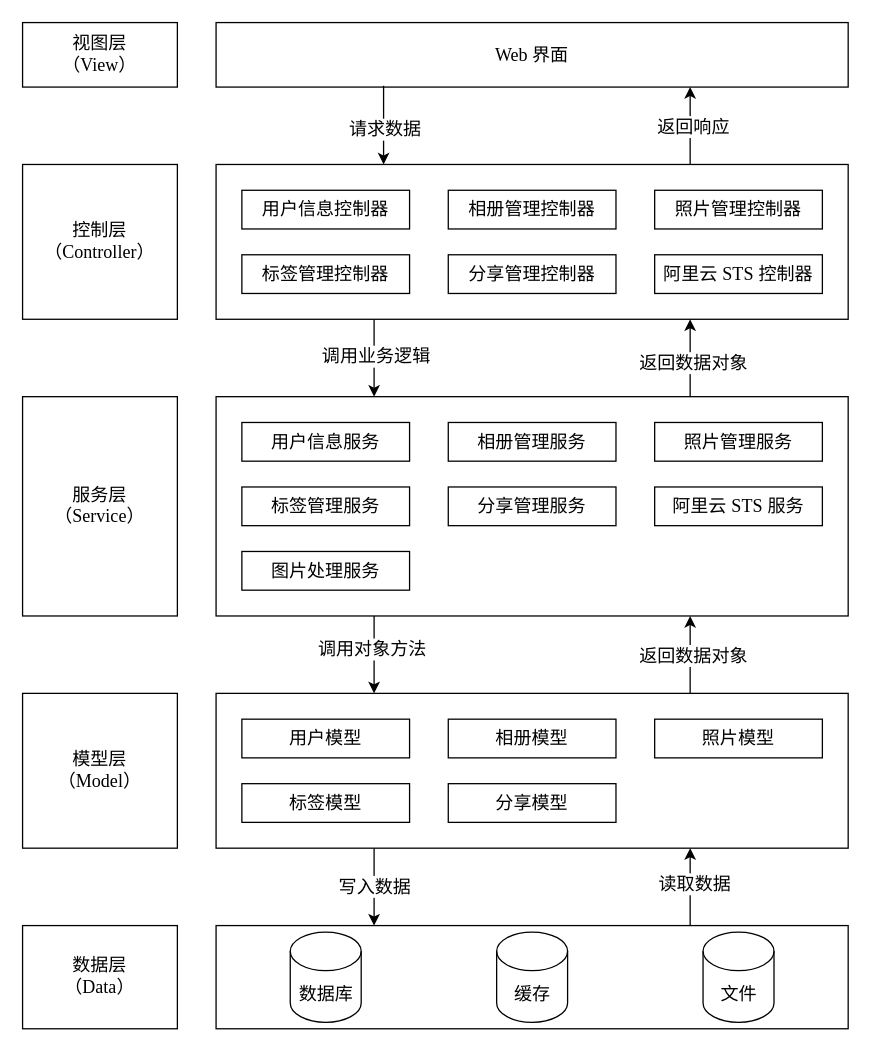
3fuyang/3fuyang.github.io keeps this draw.io diagram as public/Untitled Diagram.drawio. Above is the earlier version. Source tidied: cells renumbered, new cells numbered last; positions are measured from the earlier drawing's top-left corner, leaving out a move shared by most shapes. Both pictures are drawn from the tidied source at 129%, with x=0, y=0 at pixel (22, 22).
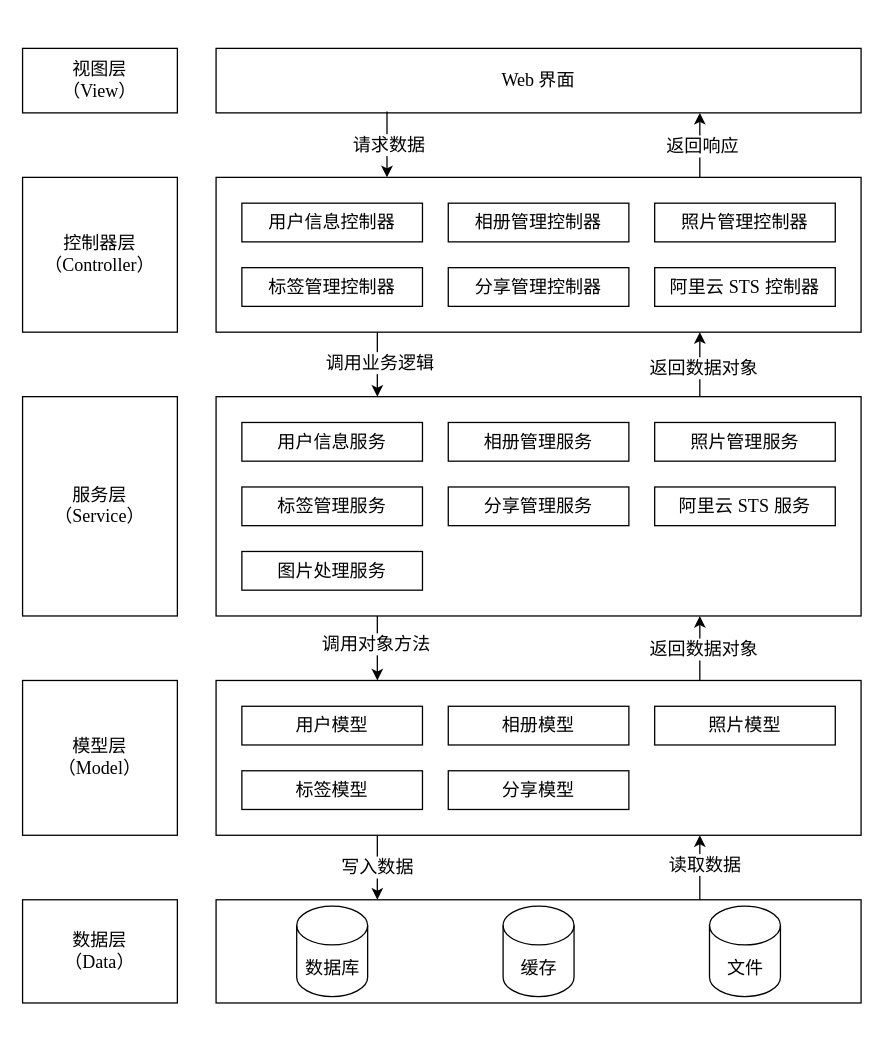
The same diagram, later.

Commit message:
docs: update business arch

What changed in the source:
```diff
@@
     <mxCell id="2" value="&lt;font style=&quot;font-size: 14px;&quot; face=&quot;宋体&quot;&gt;视图层&lt;br&gt;（&lt;/font&gt;&lt;font face=&quot;Times New Roman&quot; style=&quot;font-size: 14px;&quot;&gt;View&lt;/font&gt;&lt;font style=&quot;font-size: 14px;&quot; face=&quot;宋体&quot;&gt;）&lt;/font&gt;" style="rounded=0;whiteSpace=wrap;html=1;" parent="1" vertex="1">
-      <mxGeometry width="120" height="50" as="geometry" />
+      <mxGeometry y="20" width="120" height="50" as="geometry" />
     </mxCell>
     <mxCell id="3" value="&lt;font style=&quot;font-size: 14px;&quot; face=&quot;Times New Roman&quot;&gt;Web&lt;/font&gt; &lt;font face=&quot;宋体&quot; style=&quot;font-size: 14px;&quot;&gt;界面&lt;/font&gt;" style="rounded=0;whiteSpace=wrap;html=1;" parent="1" vertex="1">
-      <mxGeometry x="150" width="490" height="50" as="geometry" />
+      <mxGeometry x="150" y="20" width="500" height="50" as="geometry" />
     </mxCell>
-    <mxCell id="4" value="&lt;font style=&quot;font-size: 14px;&quot; face=&quot;宋体&quot;&gt;控制层（&lt;/font&gt;&lt;font face=&quot;Times New Roman&quot; style=&quot;font-size: 14px;&quot;&gt;Controller&lt;/font&gt;&lt;font style=&quot;font-size: 14px;&quot; face=&quot;宋体&quot;&gt;）&lt;/font&gt;" style="rounded=0;whiteSpace=wrap;html=1;" parent="1" vertex="1">
-      <mxGeometry y="110" width="120" height="120" as="geometry" />
+    <mxCell id="4" value="&lt;font style=&quot;font-size: 14px;&quot; face=&quot;宋体&quot;&gt;控制器层（&lt;/font&gt;&lt;font face=&quot;Times New Roman&quot; style=&quot;font-size: 14px;&quot;&gt;Controller&lt;/font&gt;&lt;font style=&quot;font-size: 14px;&quot; face=&quot;宋体&quot;&gt;）&lt;/font&gt;" style="rounded=0;whiteSpace=wrap;html=1;" parent="1" vertex="1">
+      <mxGeometry y="120" width="120" height="120" as="geometry" />
     </mxCell>
@@
     <mxCell id="7" style="rounded=0;whiteSpace=wrap;html=1;" parent="1" vertex="1">
-      <mxGeometry x="150" y="110" width="490" height="120" as="geometry" />
+      <mxGeometry x="150" y="120" width="500" height="120" as="geometry" />
     </mxCell>
     <mxCell id="8" value="&lt;span style=&quot;font-size: 14px;&quot;&gt;&lt;font face=&quot;宋体&quot;&gt;数据层&lt;br&gt;（&lt;/font&gt;&lt;font face=&quot;Times New Roman&quot;&gt;Data&lt;/font&gt;&lt;font face=&quot;宋体&quot;&gt;）&lt;/font&gt;&lt;/span&gt;" style="rounded=0;whiteSpace=wrap;html=1;" parent="1" vertex="1">
-      <mxGeometry y="700" width="120" height="80" as="geometry" />
+      <mxGeometry y="680" width="120" height="80" as="geometry" />
     </mxCell>
@@
     <mxCell id="11" style="rounded=0;whiteSpace=wrap;html=1;" parent="1" vertex="1">
-      <mxGeometry x="150" y="700" width="490" height="80" as="geometry" />
+      <mxGeometry x="150" y="680" width="500" height="80" as="geometry" />
     </mxCell>
     <mxCell id="12" value="&lt;span style=&quot;font-size: 14px;&quot;&gt;&lt;font face=&quot;宋体&quot;&gt;数据库&lt;/font&gt;&lt;/span&gt;" style="shape=cylinder3;whiteSpace=wrap;html=1;boundedLbl=1;backgroundOutline=1;size=15;" parent="1" vertex="1">
-      <mxGeometry x="207.5" y="705" width="55" height="70" as="geometry" />
+      <mxGeometry x="212.5" y="685" width="55" height="70" as="geometry" />
     </mxCell>
     <mxCell id="13" value="&lt;font style=&quot;font-size: 14px;&quot; face=&quot;宋体&quot;&gt;用户信息控制器&lt;/font&gt;" style="rounded=0;whiteSpace=wrap;html=1;" parent="1" vertex="1">
-      <mxGeometry x="170" y="130" width="130" height="30" as="geometry" />
+      <mxGeometry x="170" y="140" width="140" height="30" as="geometry" />
     </mxCell>
     <mxCell id="14" value="&lt;font style=&quot;font-size: 14px;&quot; face=&quot;宋体&quot;&gt;相册管理控制器&lt;/font&gt;" style="rounded=0;whiteSpace=wrap;html=1;" parent="1" vertex="1">
-      <mxGeometry x="330" y="130" width="130" height="30" as="geometry" />
+      <mxGeometry x="330" y="140" width="140" height="30" as="geometry" />
     </mxCell>
     <mxCell id="15" value="&lt;font style=&quot;font-size: 14px;&quot; face=&quot;宋体&quot;&gt;照片管理控制器&lt;/font&gt;" style="rounded=0;whiteSpace=wrap;html=1;" parent="1" vertex="1">
-      <mxGeometry x="490" y="130" width="130" height="30" as="geometry" />
+      <mxGeometry x="490" y="140" width="140" height="30" as="geometry" />
     </mxCell>
     <mxCell id="16" value="&lt;font style=&quot;font-size: 14px;&quot; face=&quot;宋体&quot;&gt;标签管理控制器&lt;/font&gt;" style="rounded=0;whiteSpace=wrap;html=1;" parent="1" vertex="1">
-      <mxGeometry x="170" y="180" width="130" height="30" as="geometry" />
+      <mxGeometry x="170" y="190" width="140" height="30" as="geometry" />
     </mxCell>
     <mxCell id="17" value="&lt;font style=&quot;font-size: 14px;&quot; face=&quot;宋体&quot;&gt;分享管理控制器&lt;/font&gt;" style="rounded=0;whiteSpace=wrap;html=1;" parent="1" vertex="1">
-      <mxGeometry x="330" y="180" width="130" height="30" as="geometry" />
+      <mxGeometry x="330" y="190" width="140" height="30" as="geometry" />
     </mxCell>
@@
     <mxCell id="23" style="rounded=0;whiteSpace=wrap;html=1;" parent="1" vertex="1">
-      <mxGeometry x="150" y="290" width="490" height="170" as="geometry" />
+      <mxGeometry x="150" y="290" width="500" height="170" as="geometry" />
     </mxCell>
     <mxCell id="24" value="&lt;font style=&quot;font-size: 14px;&quot; face=&quot;宋体&quot;&gt;用户信息服务&lt;/font&gt;" style="rounded=0;whiteSpace=wrap;html=1;" parent="1" vertex="1">
-      <mxGeometry x="170" y="310" width="130" height="30" as="geometry" />
+      <mxGeometry x="170" y="310" width="140" height="30" as="geometry" />
     </mxCell>
     <mxCell id="25" value="&lt;font style=&quot;font-size: 14px;&quot; face=&quot;宋体&quot;&gt;相册管理服务&lt;/font&gt;" style="rounded=0;whiteSpace=wrap;html=1;" parent="1" vertex="1">
-      <mxGeometry x="330" y="310" width="130" height="30" as="geometry" />
+      <mxGeometry x="330" y="310" width="140" height="30" as="geometry" />
     </mxCell>
     <mxCell id="26" value="&lt;font style=&quot;font-size: 14px;&quot; face=&quot;宋体&quot;&gt;照片管理服务&lt;/font&gt;" style="rounded=0;whiteSpace=wrap;html=1;" parent="1" vertex="1">
-      <mxGeometry x="490" y="310" width="130" height="30" as="geometry" />
+      <mxGeometry x="490" y="310" width="140" height="30" as="geometry" />
     </mxCell>
     <mxCell id="27" value="&lt;font style=&quot;font-size: 14px;&quot; face=&quot;宋体&quot;&gt;标签管理服务&lt;/font&gt;" style="rounded=0;whiteSpace=wrap;html=1;" parent="1" vertex="1">
-      <mxGeometry x="170" y="360" width="130" height="30" as="geometry" />
+      <mxGeometry x="170" y="360" width="140" height="30" as="geometry" />
     </mxCell>
     <mxCell id="28" value="&lt;font style=&quot;font-size: 14px;&quot; face=&quot;宋体&quot;&gt;分享管理服务&lt;/font&gt;" style="rounded=0;whiteSpace=wrap;html=1;" parent="1" vertex="1">
-      <mxGeometry x="330" y="360" width="130" height="30" as="geometry" />
+      <mxGeometry x="330" y="360" width="140" height="30" as="geometry" />
     </mxCell>
     <mxCell id="29" value="&lt;font style=&quot;font-size: 14px;&quot; face=&quot;宋体&quot;&gt;阿里云 &lt;/font&gt;&lt;font face=&quot;Times New Roman&quot; style=&quot;font-size: 14px;&quot;&gt;STS&lt;/font&gt;&lt;font style=&quot;font-size: 14px;&quot; face=&quot;宋体&quot;&gt; 服务&lt;/font&gt;" style="rounded=0;whiteSpace=wrap;html=1;" parent="1" vertex="1">
-      <mxGeometry x="490" y="360" width="130" height="30" as="geometry" />
+      <mxGeometry x="490" y="360" width="140" height="30" as="geometry" />
     </mxCell>
     <mxCell id="30" value="&lt;font style=&quot;font-size: 14px;&quot; face=&quot;宋体&quot;&gt;图片处理服务&lt;/font&gt;" style="rounded=0;whiteSpace=wrap;html=1;" parent="1" vertex="1">
-      <mxGeometry x="170" y="410" width="130" height="30" as="geometry" />
+      <mxGeometry x="170" y="410" width="140" height="30" as="geometry" />
     </mxCell>
     <mxCell id="31" value="&lt;font style=&quot;border-color: var(--border-color); font-size: 14px;&quot; face=&quot;宋体&quot;&gt;阿里云&amp;nbsp;&lt;/font&gt;&lt;font style=&quot;border-color: var(--border-color); font-size: 14px;&quot; face=&quot;Times New Roman&quot;&gt;STS&lt;/font&gt;&lt;font style=&quot;border-color: var(--border-color); font-size: 14px;&quot; face=&quot;宋体&quot;&gt;&amp;nbsp;控制器&lt;/font&gt;" style="rounded=0;whiteSpace=wrap;html=1;" parent="1" vertex="1">
-      <mxGeometry x="490" y="180" width="130" height="30" as="geometry" />
+      <mxGeometry x="490" y="190" width="140" height="30" as="geometry" />
     </mxCell>
     <mxCell id="32" value="&lt;span style=&quot;font-size: 14px;&quot;&gt;&lt;font face=&quot;宋体&quot;&gt;缓存&lt;/font&gt;&lt;/span&gt;" style="shape=cylinder3;whiteSpace=wrap;html=1;boundedLbl=1;backgroundOutline=1;size=15;" parent="1" vertex="1">
-      <mxGeometry x="367.5" y="705" width="55" height="70" as="geometry" />
+      <mxGeometry x="372.5" y="685" width="55" height="70" as="geometry" />
     </mxCell>
     <mxCell id="33" value="&lt;span style=&quot;font-size: 14px;&quot;&gt;&lt;font face=&quot;宋体&quot;&gt;文件&lt;/font&gt;&lt;/span&gt;" style="shape=cylinder3;whiteSpace=wrap;html=1;boundedLbl=1;backgroundOutline=1;size=15;" parent="1" vertex="1">
-      <mxGeometry x="527.5" y="705" width="55" height="70" as="geometry" />
+      <mxGeometry x="532.5" y="685" width="55" height="70" as="geometry" />
     </mxCell>
     <mxCell id="34" value="&lt;span style=&quot;font-size: 14px;&quot;&gt;&lt;font face=&quot;宋体&quot;&gt;模型层&lt;br&gt;（&lt;/font&gt;&lt;font face=&quot;Times New Roman&quot;&gt;Model&lt;/font&gt;&lt;font face=&quot;宋体&quot;&gt;）&lt;/font&gt;&lt;/span&gt;" style="rounded=0;whiteSpace=wrap;html=1;" parent="1" vertex="1">
-      <mxGeometry y="520" width="120" height="120" as="geometry" />
+      <mxGeometry y="510" width="120" height="120" as="geometry" />
     </mxCell>
@@
     <mxCell id="38" style="rounded=0;whiteSpace=wrap;html=1;" parent="1" vertex="1">
-      <mxGeometry x="150" y="520" width="490" height="120" as="geometry" />
+      <mxGeometry x="150" y="510" width="500" height="120" as="geometry" />
     </mxCell>
     <mxCell id="39" value="&lt;font style=&quot;font-size: 14px;&quot; face=&quot;宋体&quot;&gt;用户模型&lt;/font&gt;" style="rounded=0;whiteSpace=wrap;html=1;" parent="1" vertex="1">
-      <mxGeometry x="170" y="540" width="130" height="30" as="geometry" />
+      <mxGeometry x="170" y="530" width="140" height="30" as="geometry" />
     </mxCell>
     <mxCell id="40" value="&lt;font style=&quot;font-size: 14px;&quot; face=&quot;宋体&quot;&gt;相册模型&lt;/font&gt;" style="rounded=0;whiteSpace=wrap;html=1;" parent="1" vertex="1">
-      <mxGeometry x="330" y="540" width="130" height="30" as="geometry" />
+      <mxGeometry x="330" y="530" width="140" height="30" as="geometry" />
     </mxCell>
     <mxCell id="41" value="&lt;font style=&quot;font-size: 14px;&quot; face=&quot;宋体&quot;&gt;照片模型&lt;/font&gt;" style="rounded=0;whiteSpace=wrap;html=1;" parent="1" vertex="1">
-      <mxGeometry x="490" y="540" width="130" height="30" as="geometry" />
+      <mxGeometry x="490" y="530" width="140" height="30" as="geometry" />
     </mxCell>
     <mxCell id="42" value="&lt;font style=&quot;font-size: 14px;&quot; face=&quot;宋体&quot;&gt;标签模型&lt;/font&gt;" style="rounded=0;whiteSpace=wrap;html=1;" parent="1" vertex="1">
-      <mxGeometry x="170" y="590" width="130" height="30" as="geometry" />
+      <mxGeometry x="170" y="580" width="140" height="30" as="geometry" />
     </mxCell>
     <mxCell id="43" value="&lt;font style=&quot;font-size: 14px;&quot; face=&quot;宋体&quot;&gt;分享模型&lt;/font&gt;" style="rounded=0;whiteSpace=wrap;html=1;" parent="1" vertex="1">
-      <mxGeometry x="330" y="590" width="130" height="30" as="geometry" />
+      <mxGeometry x="330" y="580" width="140" height="30" as="geometry" />
     </mxCell>
```
